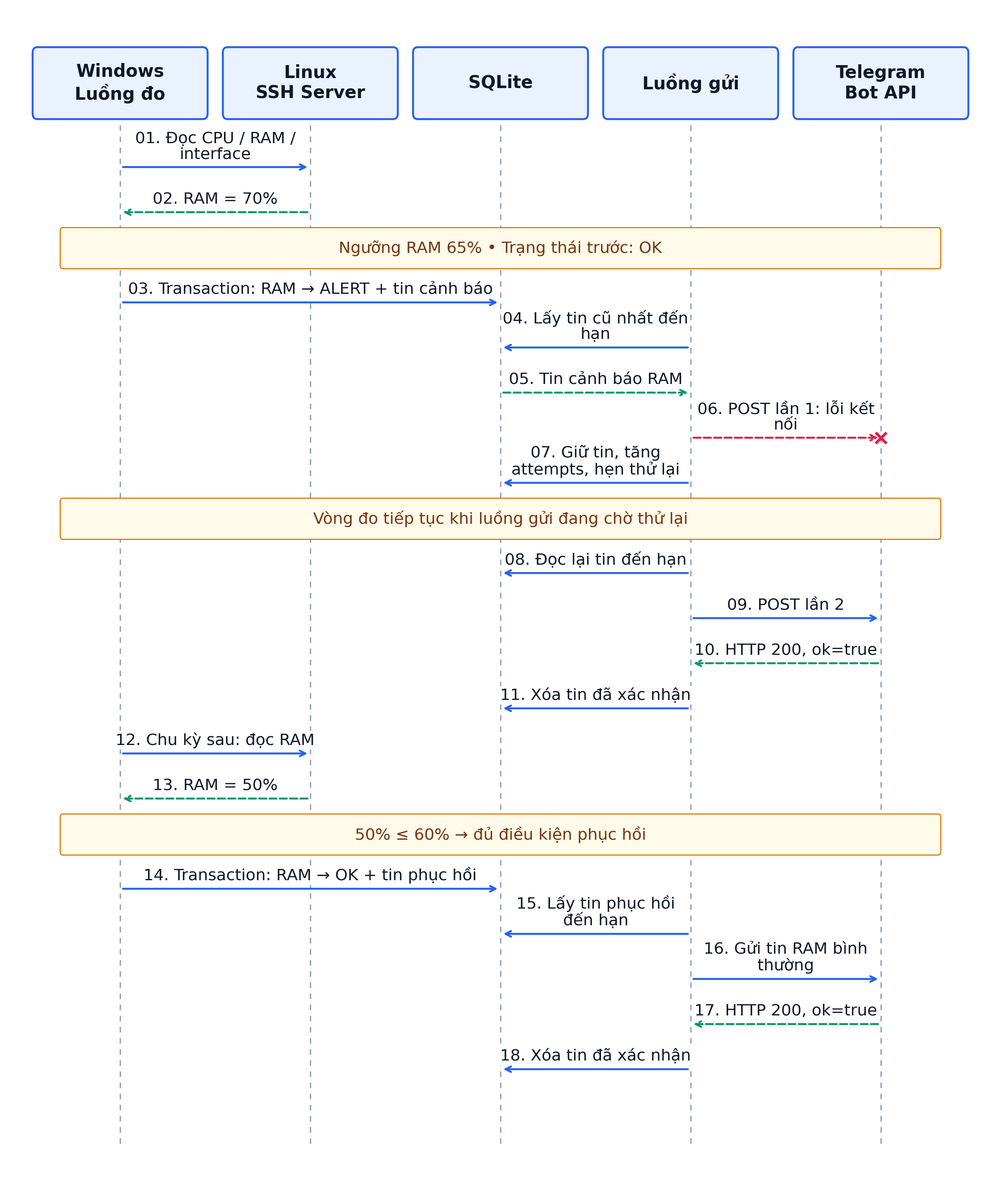
This is docs/diagrams/png/06-trinh-tu-ram-telegram.png from tunato2807-del/qtmnc, a Mermaid export, as it was before one commit. Its source is kept beside it as docs/diagrams/source/06-trinh-tu-ram-telegram.mmd.
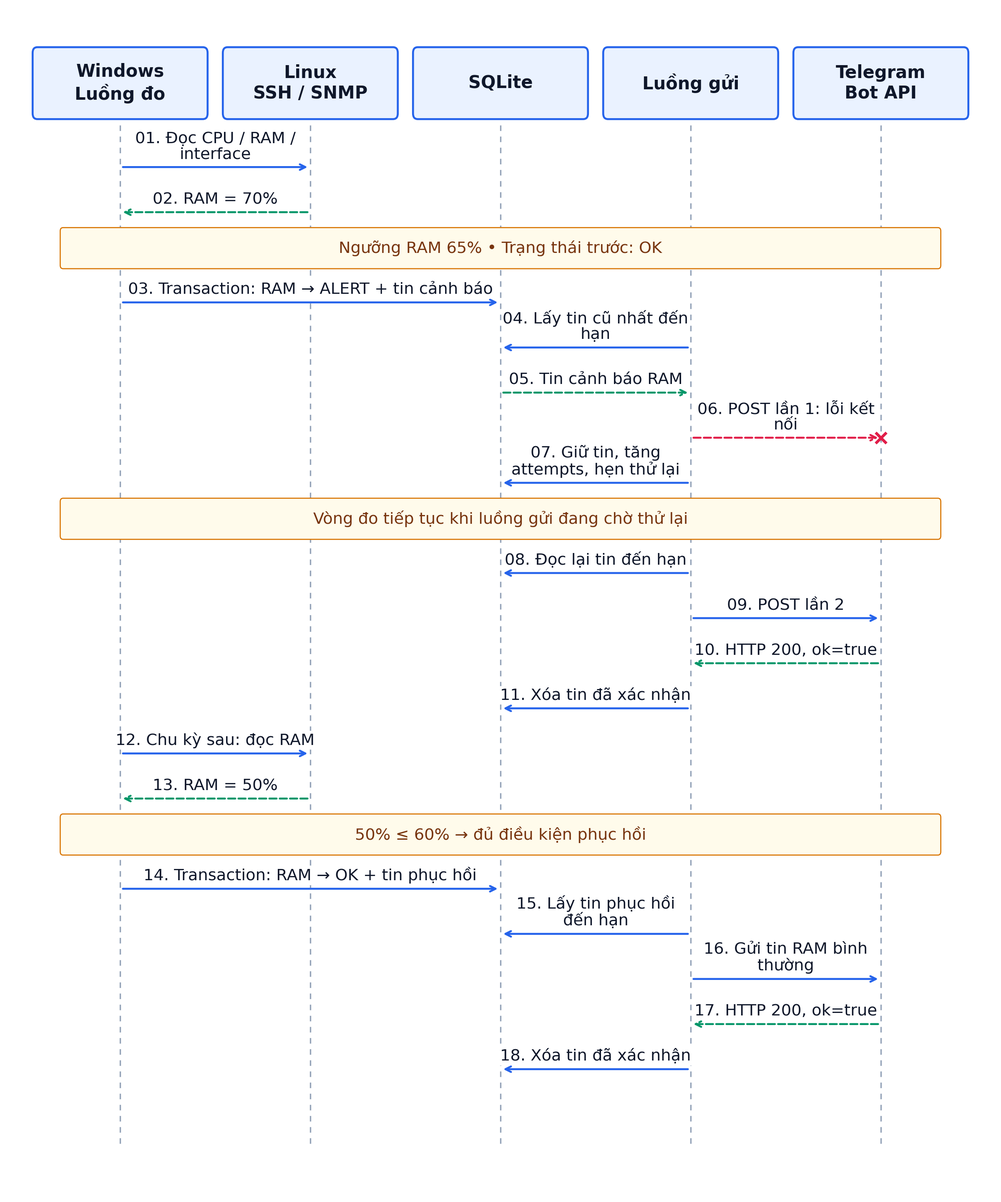
After the change.

Diff of the diagram source:
```diff
@@ -4,7 +4,7 @@
     participant L as Linux / SSH
     participant D as SQLite
     participant W as Luồng gửi
-    participant T as Telegram API
+    participant T as Telegram / Slack API
     M->>L: Đọc CPU, RAM, interface
     L-->>M: RAM = 70%
     Note over M,D: Ngưỡng RAM 65%, trạng thái trước là OK
```
